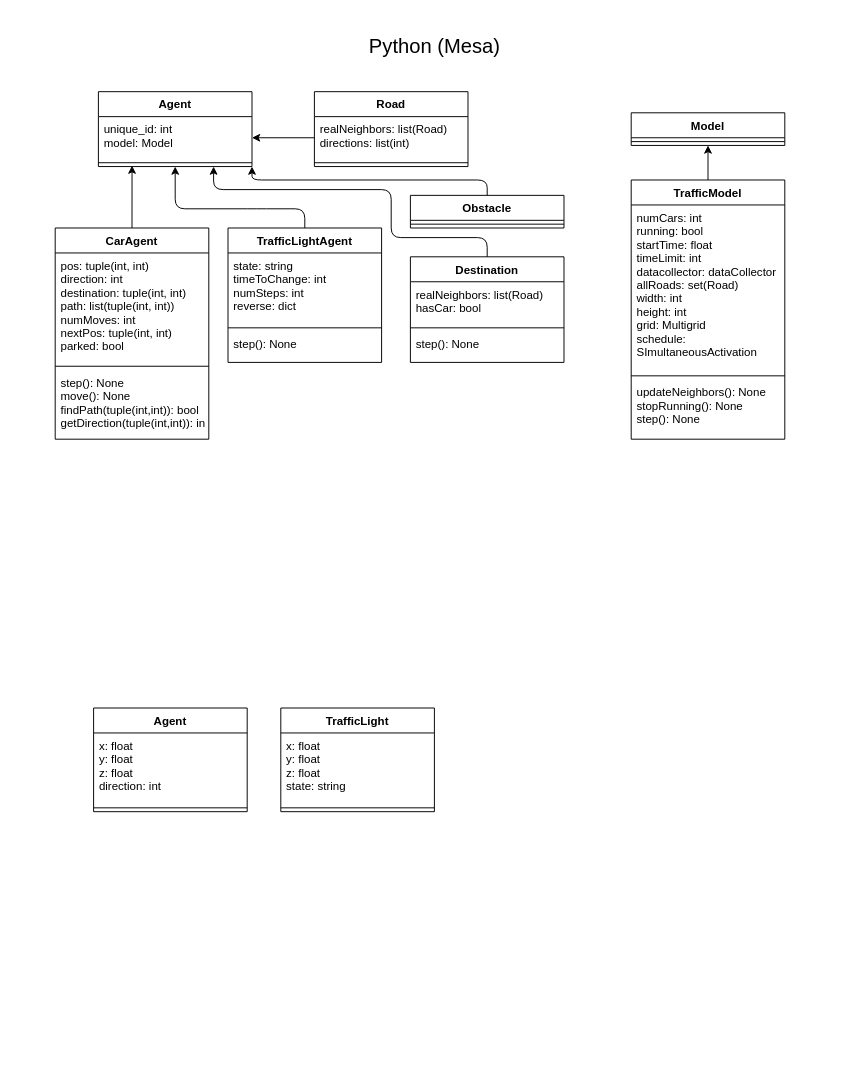
Earlier version of the draw.io diagram page "Page-2" (2 of 2) of CarAgentActions.drawio (mateoglzc/TC2008B-Reto). Source tidied: cells renumbered, new cells numbered last; positions are measured from the earlier drawing's top-left corner, leaving out a move shared by most shapes. Both pictures are drawn from the tidied source at 96%, with x=0, y=0 at pixel (55, 36).
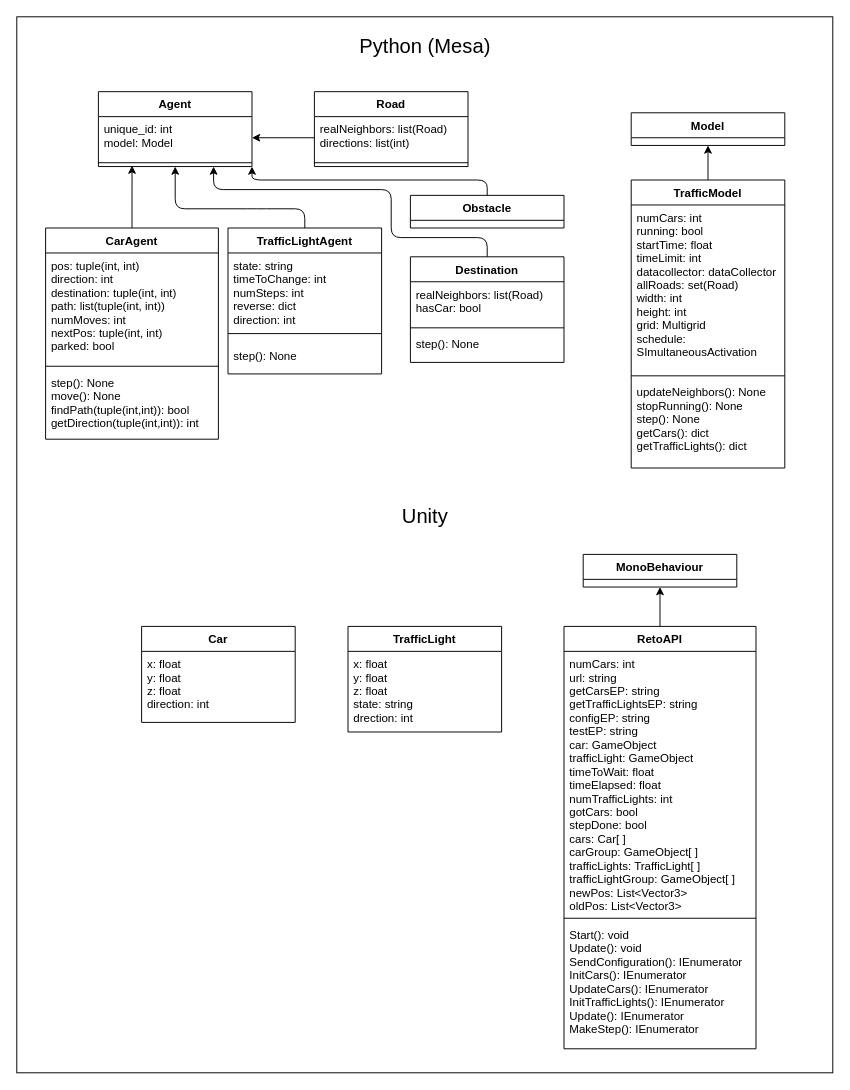
The same diagram, later.

Commit message:
Updated Class Diagrams

The change refers to these unchanged cells:
```xml
<mxCell id="21" value="Obstacle" style="swimlane;fontStyle=1;align=center;verticalAlign=top;horizontal=1;startSize=26;fillColor=none;" parent="1" vertex="1">
  <mxGeometry x="370" y="166" width="160" height="34" as="geometry" />
</mxCell>
<mxCell id="25" style="line;strokeWidth=1;fillColor=none;align=left;verticalAlign=middle;spacingTop=-1;spacingLeft=3;spacingRight=3;labelPosition=right;points=[];portConstraint=eastwest;" parent="23" vertex="1">
  <mxGeometry y="70" width="160" height="8" as="geometry" />
</mxCell>
<mxCell id="26" value="Model" style="swimlane;fontStyle=1;align=center;verticalAlign=top;horizontal=1;startSize=26;fillColor=none;" parent="1" vertex="1">
  <mxGeometry x="600" y="80" width="160" height="34" as="geometry" />
</mxCell>
```

Change to the diagram source:
```diff
@@
+    <mxCell id="41" style="rounded=0;whiteSpace=wrap;html=1;" parent="1" vertex="1">
+      <mxGeometry x="-40" y="-20" width="850" height="1100" as="geometry" />
+    </mxCell>
-    <mxCell id="2" style="edgeStyle=none;html=1;exitX=0.5;exitY=0;exitDx=0;exitDy=0;entryX=0.219;entryY=0.875;entryDx=0;entryDy=0;entryPerimeter=0;" parent="1" edge="1" source="3" target="25">
+    <mxCell id="2" style="edgeStyle=none;html=1;entryX=0.219;entryY=0.875;entryDx=0;entryDy=0;entryPerimeter=0;exitX=0.5;exitY=0;exitDx=0;exitDy=0;" parent="1" edge="1" source="3" target="25">
       <mxGeometry relative="1" as="geometry" />
     </mxCell>
     <mxCell id="3" value="CarAgent" style="swimlane;fontStyle=1;align=center;verticalAlign=top;horizontal=1;startSize=26;fillColor=none;" parent="1" vertex="1">
-      <mxGeometry y="200" width="160" height="220" as="geometry" />
+      <mxGeometry x="-10" y="200" width="180" height="220" as="geometry" />
     </mxCell>
     <mxCell id="4" value="pos: tuple(int, int)&#10;direction: int&#10;destination: tuple(int, int)&#10;path: list(tuple(int, int))&#10;numMoves: int&#10;nextPos: tuple(int, int)&#10;parked: bool" style="text;strokeColor=none;fillColor=none;align=left;verticalAlign=top;spacingLeft=4;spacingRight=4;overflow=hidden;" parent="3" vertex="1">
-      <mxGeometry y="26" width="160" height="114" as="geometry" />
+      <mxGeometry y="26" width="180" height="114" as="geometry" />
     </mxCell>
     <mxCell id="5" style="line;strokeWidth=1;fillColor=none;align=left;verticalAlign=middle;spacingTop=-1;spacingLeft=3;spacingRight=3;labelPosition=right;" parent="3" vertex="1">
-      <mxGeometry y="140" width="160" height="8" as="geometry" />
+      <mxGeometry y="140" width="180" height="8" as="geometry" />
     </mxCell>
     <mxCell id="6" value="step(): None&#10;move(): None&#10;findPath(tuple(int,int)): bool&#10;getDirection(tuple(int,int)): int" style="text;strokeColor=none;fillColor=none;align=left;verticalAlign=top;spacingLeft=4;spacingRight=4;overflow=hidden;" parent="3" vertex="1">
-      <mxGeometry y="148" width="160" height="72" as="geometry" />
+      <mxGeometry y="148" width="180" height="72" as="geometry" />
     </mxCell>
@@
     <mxCell id="8" value="TrafficLightAgent" style="swimlane;fontStyle=1;align=center;verticalAlign=top;horizontal=1;startSize=26;fillColor=none;" parent="1" vertex="1">
-      <mxGeometry x="180" y="200" width="160" height="140" as="geometry" />
+      <mxGeometry x="180" y="200" width="160" height="152" as="geometry" />
     </mxCell>
-    <mxCell id="9" value="state: string&#10;timeToChange: int&#10;numSteps: int&#10;reverse: dict" style="text;strokeColor=none;fillColor=none;align=left;verticalAlign=top;spacingLeft=4;spacingRight=4;overflow=hidden;" parent="8" vertex="1">
+    <mxCell id="9" value="state: string&#10;timeToChange: int&#10;numSteps: int&#10;reverse: dict&#10;direction: int" style="text;strokeColor=none;fillColor=none;align=left;verticalAlign=top;spacingLeft=4;spacingRight=4;overflow=hidden;" parent="8" vertex="1">
       <mxGeometry y="26" width="160" height="74" as="geometry" />
     </mxCell>
     <mxCell id="10" style="line;strokeWidth=1;fillColor=none;align=left;verticalAlign=middle;spacingTop=-1;spacingLeft=3;spacingRight=3;labelPosition=right;" parent="8" vertex="1">
-      <mxGeometry y="100" width="160" height="8" as="geometry" />
+      <mxGeometry y="100" width="160" height="20" as="geometry" />
     </mxCell>
     <mxCell id="11" value="step(): None" style="text;strokeColor=none;fillColor=none;align=left;verticalAlign=top;spacingLeft=4;spacingRight=4;overflow=hidden;" parent="8" vertex="1">
-      <mxGeometry y="108" width="160" height="32" as="geometry" />
+      <mxGeometry y="120" width="160" height="32" as="geometry" />
     </mxCell>
@@
-    <mxCell id="22" style="line;strokeWidth=1;fillColor=none;align=left;verticalAlign=middle;spacingTop=-1;spacingLeft=3;spacingRight=3;labelPosition=right;" parent="21" vertex="1">
-      <mxGeometry y="26" width="160" height="8" as="geometry" />
-    </mxCell>
@@
-    <mxCell id="27" style="line;strokeWidth=1;fillColor=none;align=left;verticalAlign=middle;spacingTop=-1;spacingLeft=3;spacingRight=3;labelPosition=right;" parent="26" vertex="1">
-      <mxGeometry y="26" width="160" height="8" as="geometry" />
-    </mxCell>
@@
     <mxCell id="29" value="TrafficModel" style="swimlane;fontStyle=1;align=center;verticalAlign=top;horizontal=1;startSize=26;fillColor=none;" parent="1" vertex="1">
-      <mxGeometry x="600" y="150" width="160" height="270" as="geometry" />
+      <mxGeometry x="600" y="150" width="160" height="300" as="geometry" />
     </mxCell>
@@
-    <mxCell id="32" value="updateNeighbors(): None&#10;stopRunning(): None&#10;step(): None" style="text;strokeColor=none;fillColor=none;align=left;verticalAlign=top;spacingLeft=4;spacingRight=4;overflow=hidden;" parent="29" vertex="1">
-      <mxGeometry y="208" width="160" height="62" as="geometry" />
+    <mxCell id="32" value="updateNeighbors(): None&#10;stopRunning(): None&#10;step(): None&#10;getCars(): dict&#10;getTrafficLights(): dict" style="text;strokeColor=none;fillColor=none;align=left;verticalAlign=top;spacingLeft=4;spacingRight=4;overflow=hidden;" parent="29" vertex="1">
+      <mxGeometry y="208" width="160" height="92" as="geometry" />
     </mxCell>
-    <mxCell id="33" value="Agent" style="swimlane;fontStyle=1;align=center;verticalAlign=top;horizontal=1;startSize=26;fillColor=none;" parent="1" vertex="1">
-      <mxGeometry x="40" y="700" width="160" height="108" as="geometry" />
+    <mxCell id="33" value="Car" style="swimlane;fontStyle=1;align=center;verticalAlign=top;horizontal=1;startSize=26;fillColor=none;" parent="1" vertex="1">
+      <mxGeometry x="90" y="615" width="160" height="100" as="geometry" />
     </mxCell>
@@
-    <mxCell id="35" style="line;strokeWidth=1;fillColor=none;align=left;verticalAlign=middle;spacingTop=-1;spacingLeft=3;spacingRight=3;labelPosition=right;" parent="33" vertex="1">
-      <mxGeometry y="100" width="160" height="8" as="geometry" />
-    </mxCell>
     <mxCell id="36" value="TrafficLight" style="swimlane;fontStyle=1;align=center;verticalAlign=top;horizontal=1;startSize=26;fillColor=none;" parent="1" vertex="1">
-      <mxGeometry x="235" y="700" width="160" height="108" as="geometry" />
+      <mxGeometry x="305" y="615" width="160" height="110" as="geometry" />
     </mxCell>
-    <mxCell id="37" value="x: float&#10;y: float&#10;z: float&#10;state: string" style="text;strokeColor=none;fillColor=none;align=left;verticalAlign=top;spacingLeft=4;spacingRight=4;overflow=hidden;" parent="36" vertex="1">
-      <mxGeometry y="26" width="160" height="74" as="geometry" />
+    <mxCell id="37" value="x: float&#10;y: float&#10;z: float&#10;state: string&#10;drection: int" style="text;strokeColor=none;fillColor=none;align=left;verticalAlign=top;spacingLeft=4;spacingRight=4;overflow=hidden;" parent="36" vertex="1">
+      <mxGeometry y="26" width="160" height="84" as="geometry" />
     </mxCell>
-    <mxCell id="38" style="line;strokeWidth=1;fillColor=none;align=left;verticalAlign=middle;spacingTop=-1;spacingLeft=3;spacingRight=3;labelPosition=right;" parent="36" vertex="1">
-      <mxGeometry y="100" width="160" height="8" as="geometry" />
-    </mxCell>
     <mxCell id="39" value="&lt;font style=&quot;font-size: 21px&quot;&gt;Python (Mesa)&lt;/font&gt;" style="text;html=1;align=center;verticalAlign=middle;strokeColor=none;" parent="1" vertex="1">
-      <mxGeometry x="320" width="150" height="20" as="geometry" />
+      <mxGeometry x="310" width="150" height="20" as="geometry" />
     </mxCell>
@@
+    <mxCell id="42" value="&lt;font style=&quot;font-size: 21px&quot;&gt;Unity&lt;/font&gt;" style="text;html=1;align=center;verticalAlign=middle;strokeColor=none;" parent="1" vertex="1">
+      <mxGeometry x="355" y="490" width="60" height="20" as="geometry" />
+    </mxCell>
+    <mxCell id="43" style="edgeStyle=none;html=1;exitX=0.5;exitY=0;exitDx=0;exitDy=0;entryX=0.5;entryY=1;entryDx=0;entryDy=0;" parent="1" edge="1" source="44" target="48">
+      <mxGeometry relative="1" as="geometry" />
+    </mxCell>
+    <mxCell id="44" value="RetoAPI" style="swimlane;fontStyle=1;align=center;verticalAlign=top;horizontal=1;startSize=26;fillColor=none;" parent="1" vertex="1">
+      <mxGeometry x="530" y="615" width="200" height="440" as="geometry" />
+    </mxCell>
+    <mxCell id="45" value="numCars: int&#10;url: string&#10;getCarsEP: string&#10;getTrafficLightsEP: string&#10;configEP: string&#10;testEP: string&#10;car: GameObject&#10;trafficLight: GameObject&#10;timeToWait: float&#10;timeElapsed: float&#10;numTrafficLights: int&#10;gotCars: bool&#10;stepDone: bool&#10;cars: Car[ ]&#10;carGroup: GameObject[ ]&#10;trafficLights: TrafficLight[ ]&#10;trafficLightGroup: GameObject[ ]&#10;newPos: List&lt;Vector3&gt;&#10;oldPos: List&lt;Vector3&gt;" style="text;strokeColor=none;fillColor=none;align=left;verticalAlign=top;spacingLeft=4;spacingRight=4;overflow=hidden;" parent="44" vertex="1">
+      <mxGeometry y="26" width="200" height="274" as="geometry" />
+    </mxCell>
+    <mxCell id="46" style="line;strokeWidth=1;fillColor=none;align=left;verticalAlign=middle;spacingTop=-1;spacingLeft=3;spacingRight=3;labelPosition=right;" parent="44" vertex="1">
+      <mxGeometry y="300" width="200" height="8" as="geometry" />
+    </mxCell>
+    <mxCell id="47" value="Start(): void&#10;Update(): void&#10;SendConfiguration(): IEnumerator&#10;InitCars(): IEnumerator&#10;UpdateCars(): IEnumerator&#10;InitTrafficLights(): IEnumerator&#10;Update(): IEnumerator&#10;MakeStep(): IEnumerator" style="text;strokeColor=none;fillColor=none;align=left;verticalAlign=top;spacingLeft=4;spacingRight=4;overflow=hidden;" parent="44" vertex="1">
+      <mxGeometry y="308" width="200" height="132" as="geometry" />
+    </mxCell>
+    <mxCell id="48" value="MonoBehaviour" style="swimlane;fontStyle=1;align=center;verticalAlign=top;horizontal=1;startSize=26;fillColor=none;" parent="1" vertex="1">
+      <mxGeometry x="550" y="540" width="160" height="34" as="geometry" />
+    </mxCell>
```
